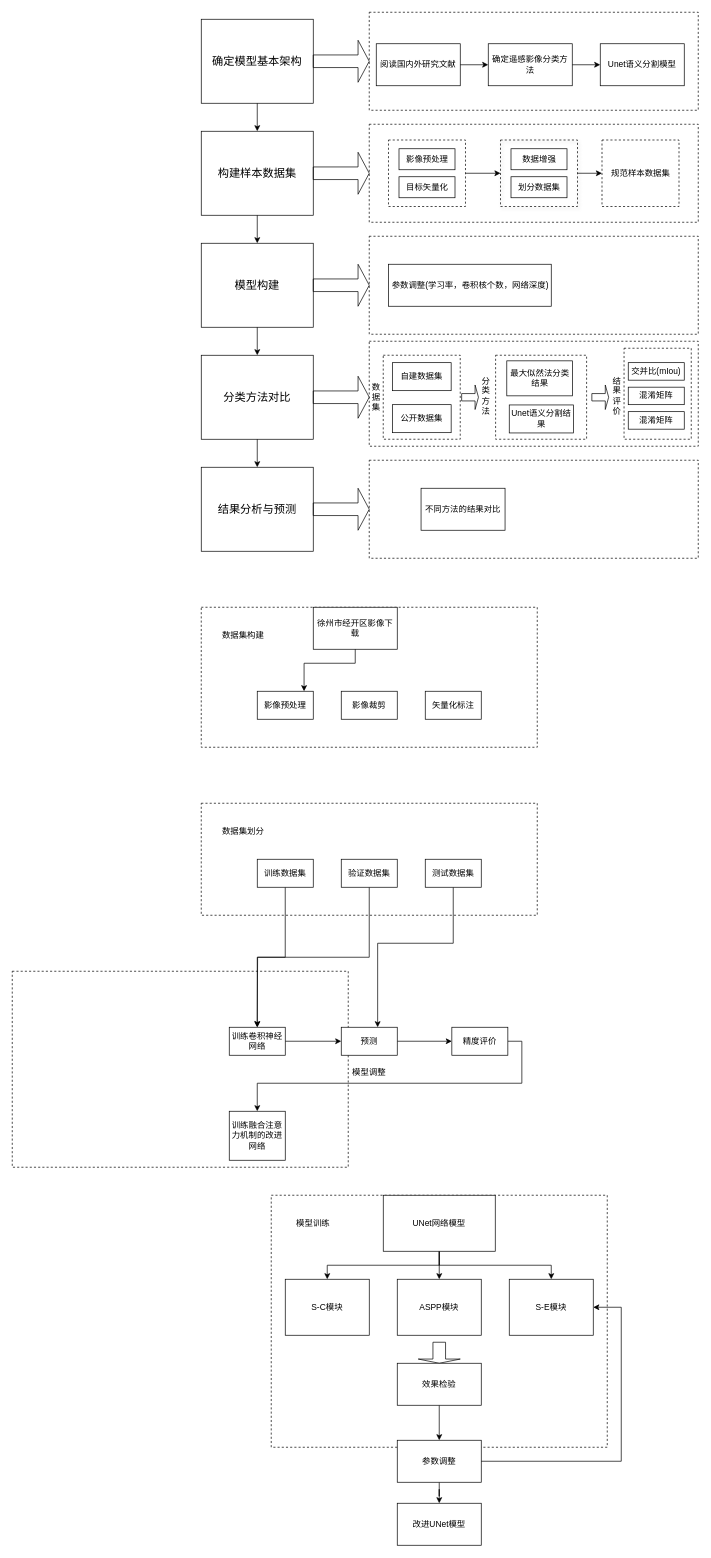
This is 流程图.drawio from postgraduate1/Unet, a draw.io file, before an edit. Source tidied: cells renumbered, new cells numbered last; positions are measured from the earlier drawing's top-left corner, leaving out a move shared by most shapes. Both pictures are drawn from the tidied source at 70%, with x=0, y=0 at pixel (12, 12).
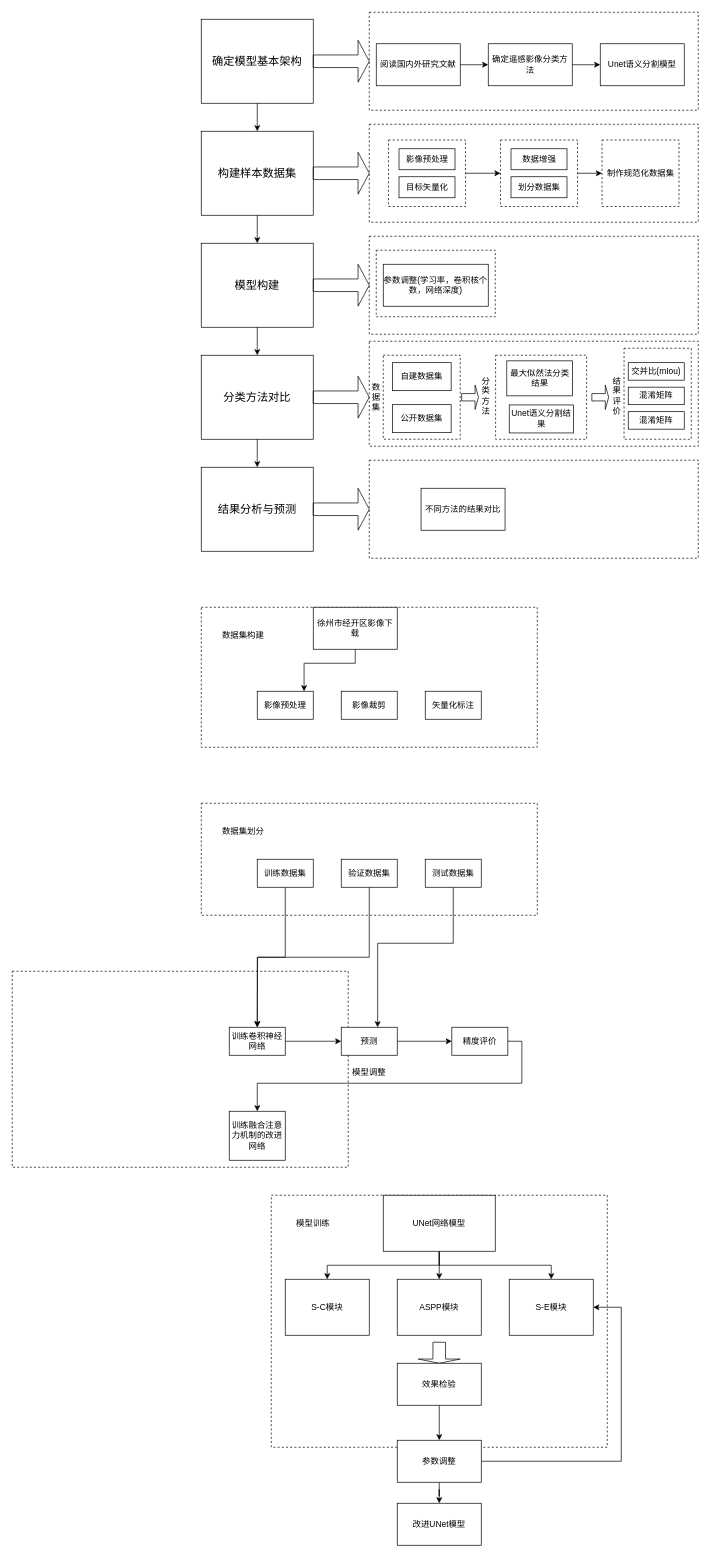
After the change.

Commit message:
更新流程图.drawio

What changed in the source:
```diff
@@
-    <mxCell id="31" style="rounded=0;whiteSpace=wrap;html=1;fillColor=none;dashed=1;shadow=1;" parent="1" vertex="1">
+    <mxCell id="31" style="rounded=0;whiteSpace=wrap;html=1;fillColor=none;dashed=1;shadow=0;" parent="1" vertex="1">
       <mxGeometry x="697.5" y="182.5" width="110" height="95" as="geometry" />
     </mxCell>
-    <mxCell id="32" value="规范样本数据集" style="rounded=0;whiteSpace=wrap;html=1;fillColor=none;dashed=1;" parent="1" vertex="1">
+    <mxCell id="32" value="制作规范化数据集" style="rounded=0;whiteSpace=wrap;html=1;fillColor=none;dashed=1;" parent="1" vertex="1">
       <mxGeometry x="842.5" y="182.5" width="110" height="95" as="geometry" />
     </mxCell>
@@
     <mxCell id="52" value="参数调整(学习率，卷积核个数，网络深度)" style="rounded=0;whiteSpace=wrap;html=1;fillColor=none;" parent="1" vertex="1">
-      <mxGeometry x="537.5" y="360" width="232.5" height="60" as="geometry" />
+      <mxGeometry x="530" y="360" width="150" height="60" as="geometry" />
     </mxCell>
@@
+    <mxCell id="93" style="rounded=0;whiteSpace=wrap;html=1;fillColor=none;dashed=1;" parent="1" vertex="1">
+      <mxGeometry x="520" y="340" width="170" height="95" as="geometry" />
+    </mxCell>
```
